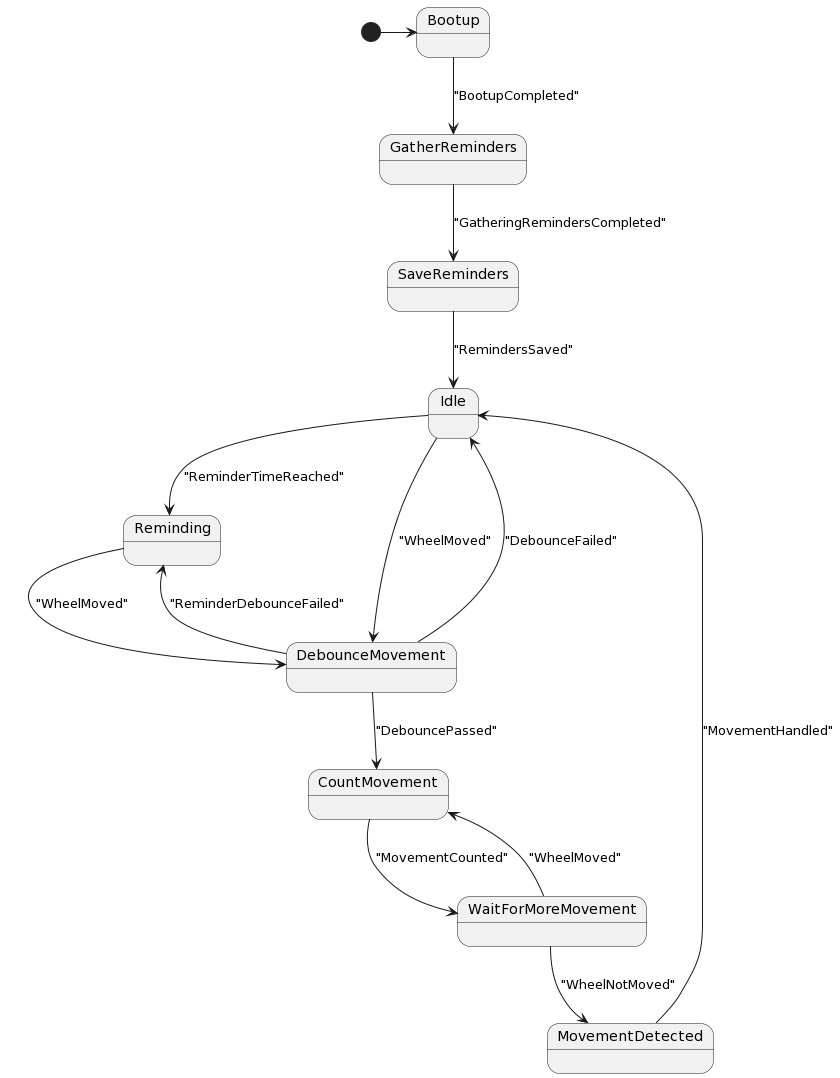
Earlier version of the PlantUML export docs/state-machine-planttext.uml.png (eejai42/med-reminder).
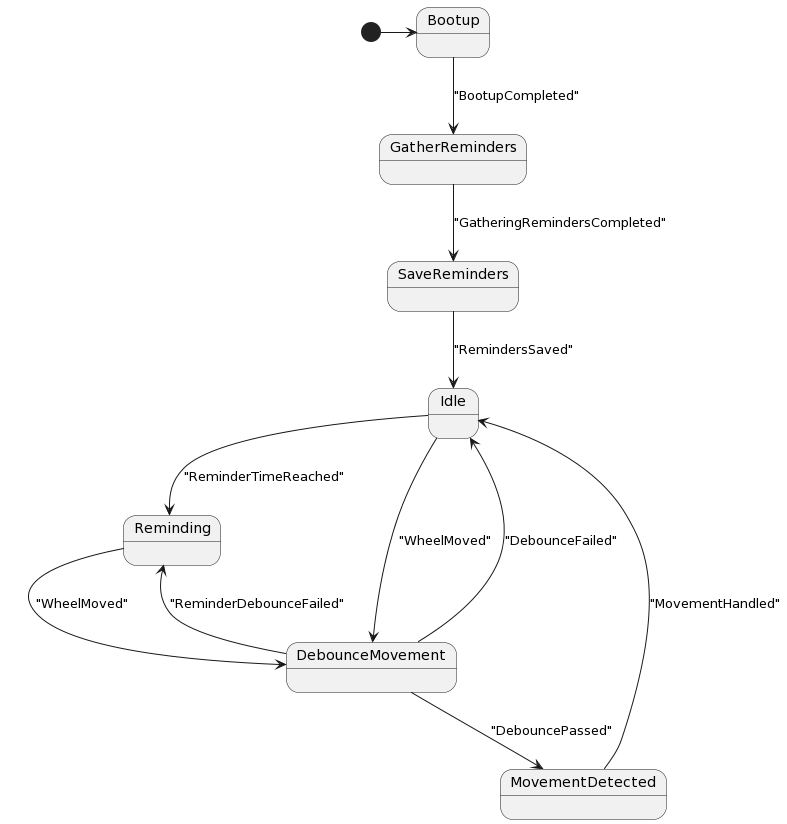
Later version of the same file.

Change to the diagram source:
```diff
@@ -6,8 +6,6 @@
 state Reminding
 state Idle
 state DebounceMovement
-state CountMovement
-state WaitForMoreMovement
 state MovementDetected
 
 Bootup --> GatherReminders : "BootupCompleted"
@@ -26,13 +24,7 @@
 
 DebounceMovement --> Idle : "DebounceFailed"
 
-DebounceMovement --> CountMovement : "DebouncePassed"
-
-CountMovement --> WaitForMoreMovement : "MovementCounted"
-
-WaitForMoreMovement --> CountMovement : "WheelMoved"
-
-WaitForMoreMovement --> MovementDetected : "WheelNotMoved"
+DebounceMovement --> MovementDetected : "DebouncePassed"
 
 MovementDetected --> Idle : "MovementHandled"
 @enduml
```
